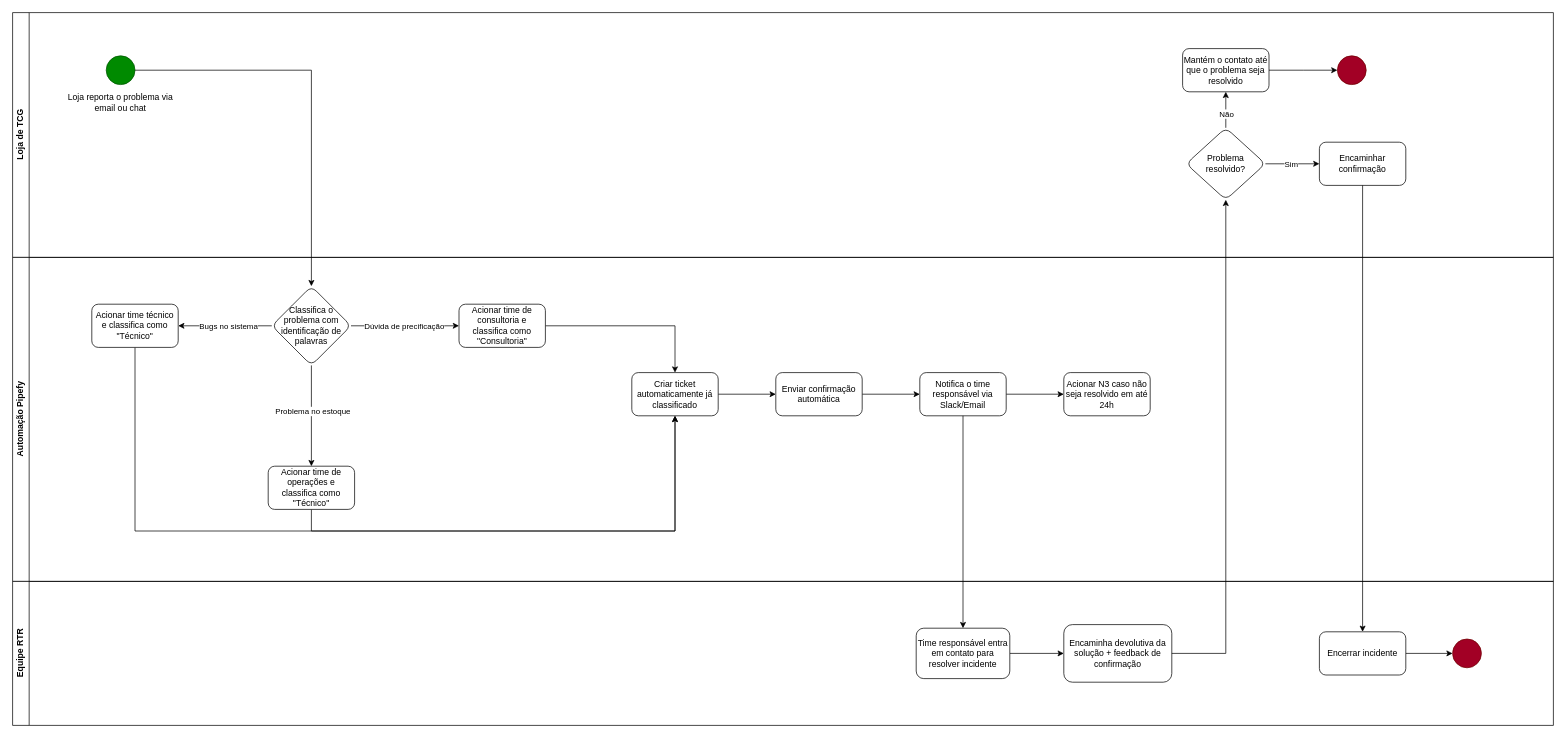
Before: Diagramas/Diagrama POC de Atendimento.drawio in RTR-RapazesTechReformed/RTR-Documentacao, a draw.io diagram. Source tidied: cells renumbered, new cells numbered last; positions are measured from the earlier drawing's top-left corner, leaving out a move shared by most shapes. Both pictures are drawn from the tidied source at 72%, with x=0, y=0 at pixel (12, 12).
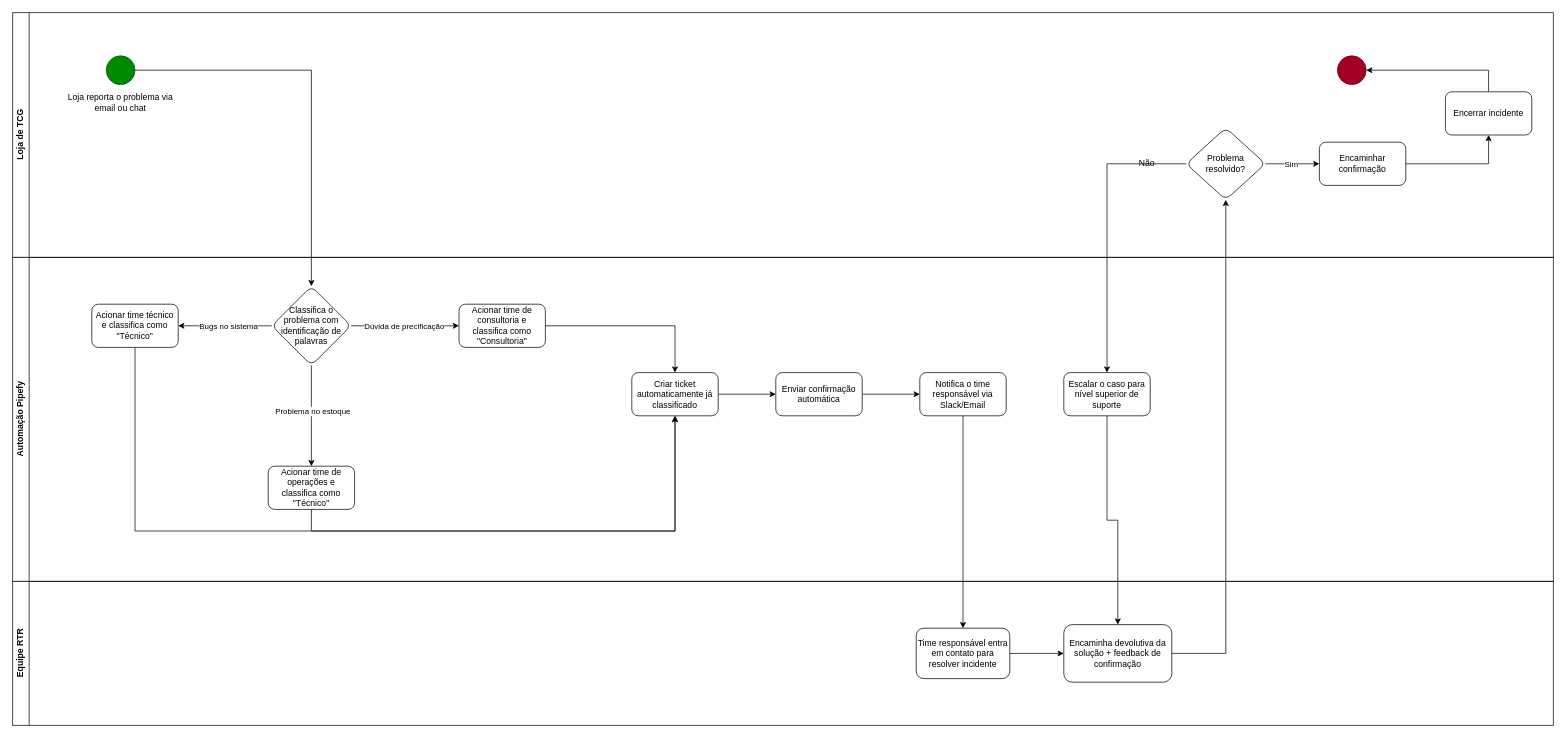
The same page after the edit.

Commit message:
Atualização do BPMN to be

Unchanged cells that the change refers to:
```xml
<mxCell id="3" value="Loja de TCG" style="swimlane;horizontal=0;whiteSpace=wrap;html=1;" parent="1" vertex="1">
  <mxGeometry width="2140" height="340" as="geometry" />
</mxCell>
<mxCell id="10" value="Problema resolvido?" style="rhombus;whiteSpace=wrap;html=1;rounded=1;" parent="3" vertex="1">
  <mxGeometry x="1630" y="160" width="110" height="100" as="geometry" />
</mxCell>
<mxCell id="11" value="Encaminhar confirmação" style="whiteSpace=wrap;html=1;rounded=1;" parent="3" vertex="1">
  <mxGeometry x="1815" y="180" width="120" height="60" as="geometry" />
</mxCell>
<mxCell id="14" style="ellipse;whiteSpace=wrap;html=1;fillColor=#a20025;fontColor=#ffffff;strokeColor=#6F0000;" parent="3" vertex="1">
  <mxGeometry x="1840" y="60" width="40" height="40" as="geometry" />
</mxCell>
<mxCell id="15" value="Automação Pipefy" style="swimlane;horizontal=0;whiteSpace=wrap;html=1;" parent="1" vertex="1">
  <mxGeometry y="340" width="2140" height="450" as="geometry" />
</mxCell>
<mxCell id="34" value="Notifica o time responsável via Slack/Email" style="rounded=1;whiteSpace=wrap;html=1;" parent="15" vertex="1">
  <mxGeometry x="1260" y="160" width="120" height="60" as="geometry" />
</mxCell>
<mxCell id="36" value="Equipe RTR" style="swimlane;horizontal=0;whiteSpace=wrap;html=1;" parent="1" vertex="1">
  <mxGeometry y="790" width="2140" height="200" as="geometry" />
</mxCell>
<mxCell id="39" value="Encaminha devolutiva da solução + feedback de confirmação" style="rounded=1;whiteSpace=wrap;html=1;" parent="36" vertex="1">
  <mxGeometry x="1460" y="60" width="150" height="80" as="geometry" />
</mxCell>
```

Diff of the diagram source:
```diff
@@
-    <mxCell id="8" style="edgeStyle=orthogonalEdgeStyle;rounded=0;jettySize=auto;html=1;" parent="3" edge="1" source="10" target="13">
-      <mxGeometry relative="1" as="geometry" />
-    </mxCell>
-    <mxCell id="9" value="Não" style="edgeLabel;html=1;align=center;verticalAlign=middle;" parent="8" vertex="1">
-      <mxGeometry x="0.16" y="-3" relative="1" as="geometry">
-        <mxPoint x="-3" y="9" as="offset" />
-      </mxGeometry>
-    </mxCell>
@@
-    <mxCell id="12" style="edgeStyle=orthogonalEdgeStyle;rounded=0;jettySize=auto;html=1;" parent="3" edge="1" source="13">
-      <mxGeometry relative="1" as="geometry">
-        <mxPoint x="1840" y="80" as="targetPoint" />
-      </mxGeometry>
-    </mxCell>
-    <mxCell id="13" value="Mantém o contato até que o problema seja resolvido" style="whiteSpace=wrap;html=1;rounded=1;" parent="3" vertex="1">
-      <mxGeometry x="1625" y="50" width="120" height="60" as="geometry" />
-    </mxCell>
@@
+    <mxCell id="9" value="Não" style="text;html=1;align=center;verticalAlign=middle;strokeColor=none;fillColor=none;" parent="3" vertex="1">
+      <mxGeometry x="1550" y="195" width="50" height="30" as="geometry" />
+    </mxCell>
+    <mxCell id="46" style="edgeStyle=orthogonalEdgeStyle;rounded=0;jettySize=auto;html=1;entryX=1;entryY=0.5;entryDx=0;entryDy=0;" parent="3" edge="1" source="41" target="14">
+      <mxGeometry relative="1" as="geometry">
+        <Array as="points">
+          <mxPoint x="2050" y="80" />
+        </Array>
+      </mxGeometry>
+    </mxCell>
+    <mxCell id="41" value="Encerrar incidente" style="whiteSpace=wrap;html=1;rounded=1;" parent="3" vertex="1">
+      <mxGeometry x="1990" y="110" width="120" height="60" as="geometry" />
+    </mxCell>
+    <mxCell id="45" style="edgeStyle=orthogonalEdgeStyle;rounded=0;jettySize=auto;html=1;" parent="3" edge="1" source="11" target="41">
+      <mxGeometry relative="1" as="geometry" />
+    </mxCell>
@@
-    <mxCell id="33" style="edgeStyle=orthogonalEdgeStyle;rounded=0;jettySize=auto;html=1;" parent="15" edge="1" source="34" target="35">
-      <mxGeometry relative="1" as="geometry" />
-    </mxCell>
@@
-    <mxCell id="35" value="Acionar N3 caso não seja resolvido em até 24h" style="rounded=1;whiteSpace=wrap;html=1;" parent="15" vertex="1">
+    <mxCell id="35" value="Escalar o caso para nível superior de suporte" style="rounded=1;whiteSpace=wrap;html=1;" parent="15" vertex="1">
       <mxGeometry x="1460" y="160" width="120" height="60" as="geometry" />
     </mxCell>
@@
-    <mxCell id="40" style="edgeStyle=orthogonalEdgeStyle;rounded=0;jettySize=auto;html=1;entryX=0;entryY=0.5;entryDx=0;entryDy=0;" parent="36" edge="1" source="41" target="42">
-      <mxGeometry relative="1" as="geometry" />
-    </mxCell>
-    <mxCell id="41" value="Encerrar incidente" style="whiteSpace=wrap;html=1;rounded=1;" parent="36" vertex="1">
-      <mxGeometry x="1815" y="70" width="120" height="60" as="geometry" />
-    </mxCell>
-    <mxCell id="42" style="ellipse;whiteSpace=wrap;html=1;fillColor=#a20025;fontColor=#ffffff;strokeColor=#6F0000;" parent="36" vertex="1">
-      <mxGeometry x="2000" y="80" width="40" height="40" as="geometry" />
-    </mxCell>
@@
-    <mxCell id="45" style="edgeStyle=orthogonalEdgeStyle;rounded=0;jettySize=auto;html=1;" parent="1" edge="1" source="11" target="41">
-      <mxGeometry relative="1" as="geometry" />
-    </mxCell>
+    <mxCell id="47" style="edgeStyle=orthogonalEdgeStyle;rounded=0;jettySize=auto;html=1;" parent="1" edge="1" source="10" target="35">
+      <mxGeometry relative="1" as="geometry" />
+    </mxCell>
+    <mxCell id="48" style="edgeStyle=orthogonalEdgeStyle;rounded=0;jettySize=auto;html=1;" parent="1" edge="1" source="35" target="39">
+      <mxGeometry relative="1" as="geometry" />
+    </mxCell>
```
